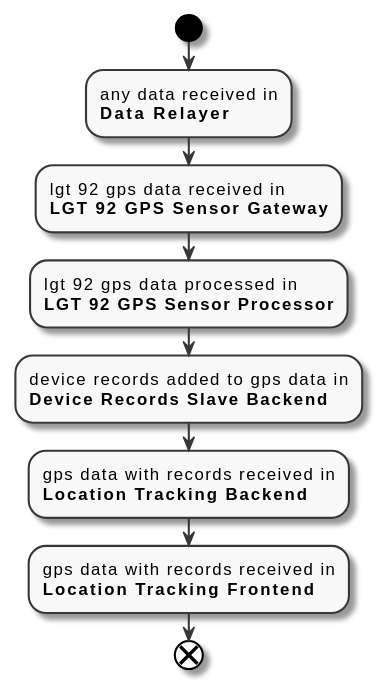
Above: docs/diagrams/data-flow.svg in FilipeMCruz/sensae-console (PlantUML), before the change.
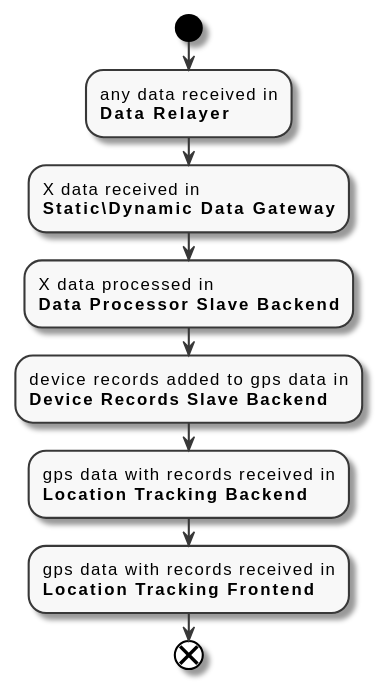
Later version of the same file.

The edit, as a diff of the source:
```diff
@@ -4,8 +4,8 @@
 
 start
 :any data received in\n**Data Relayer**;
-:lgt 92 gps data received in\n**LGT 92 GPS Sensor Gateway**;
-:lgt 92 gps data processed in\n**LGT 92 GPS Sensor Processor**;
+:X data received in\n**Static\Dynamic Data Gateway**;
+:X data processed in\n**Data Processor Slave Backend**;
 :device records added to gps data in\n**Device Records Slave Backend**;
 :gps data with records received in\n**Location Tracking Backend**;
 :gps data with records received in\n**Location Tracking Frontend**;
```
